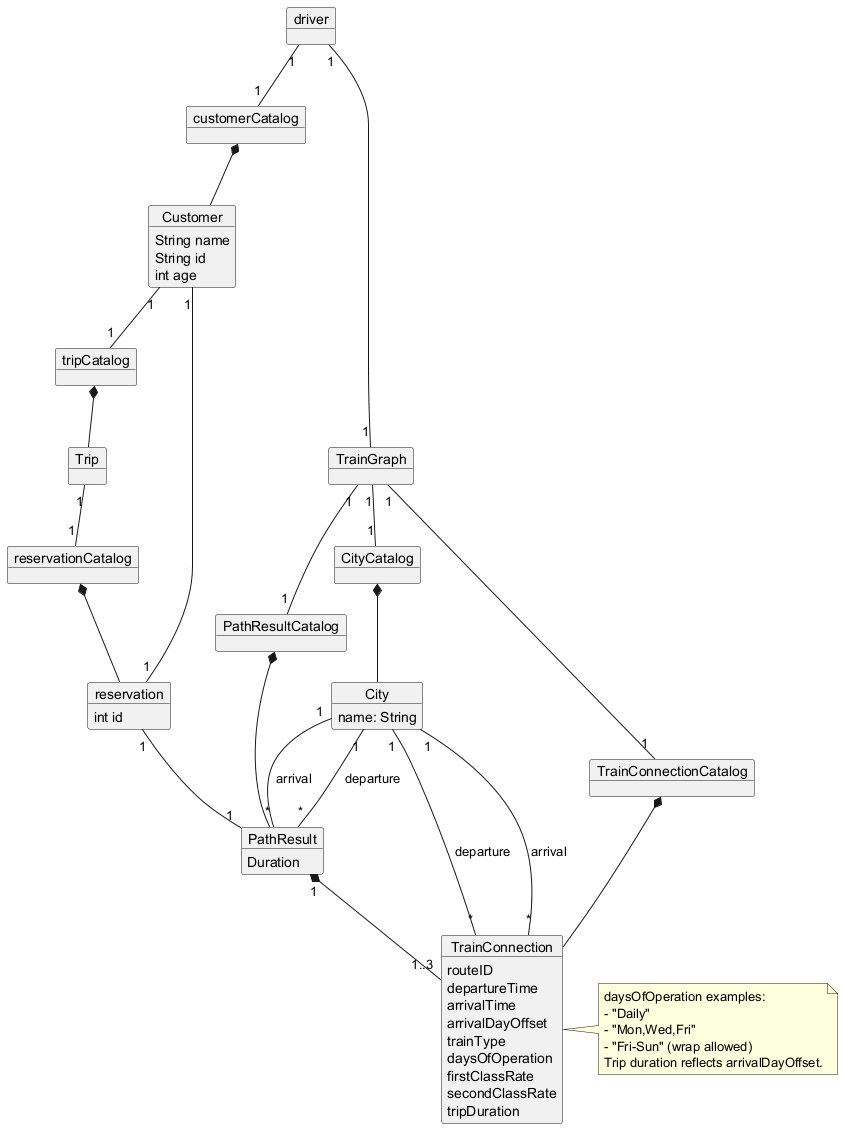
Earlier version of the PlantUML export Iteration_2/docs/images/domain model.png (SamuelVachon/SOEN342).
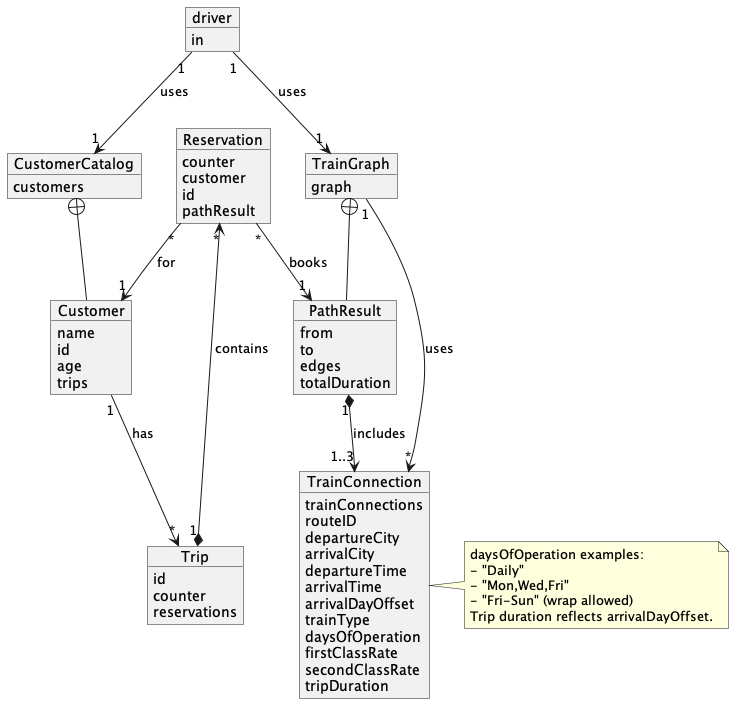
Above is the later version.

Commit message:
fixed domain model and class diagrams for iteration 2 and 3

Diff of the diagram source:
```diff
@@ -1,20 +1,12 @@
 @startuml domain model
 skinparam classAttributeIconSize 0
 
-object City {
-  name: String
-}
-
-object CityCatalog{
-
-}
-
-object TrainConnectionCatalog{
-
-}
 
 object TrainConnection {
+  trainConnections
   routeID
+  departureCity
+  arrivalCity
   departureTime
   arrivalTime
   arrivalDayOffset
@@ -27,68 +19,57 @@
 
 
 object TrainGraph {
-
+  graph
 }
 
-object PathResultCatalog{
 
+object PathResult {
+  from
+  to
+  edges
+  totalDuration
 }
 
-object PathResult {
-  Duration
-}
 
-object customerCatalog{
-
-}
 
 object Customer{
-  String name
-  String id
-  int age
-}
-
-object tripCatalog{
-
+  name
+  id
+  age
+  trips
 }
 
 object Trip{
-
-}
-
-object reservationCatalog{
-
-}
-
-object reservation{
-  int id
+  id
+  counter
+  reservations
 }
 
 object driver{
-
+  in
 }
 
-driver "1" -- "1" TrainGraph
-driver "1" -- "1" customerCatalog
-customerCatalog  *-- Customer
-Customer "1" -- "1" tripCatalog
-tripCatalog *-- Trip
-Trip "1" -- "1" reservationCatalog
-reservationCatalog *-- reservation
-reservation "1" -- "1" Customer
-reservation "1" -- "1" PathResult
+object CustomerCatalog{
+  customers
+}
 
-PathResultCatalog *-- PathResult
-TrainConnectionCatalog *-- TrainConnection
-CityCatalog *-- City
-City "1" -- "*" TrainConnection : departure
-City "1" -- "*" TrainConnection : arrival
-City "1" -- "*" PathResult : departure
-City "1" -- "*" PathResult : arrival
-TrainGraph "1" --  "1" TrainConnectionCatalog
-TrainGraph "1" --  "1" PathResultCatalog
-TrainGraph "1" --  "1" CityCatalog
-PathResult "1" *-- "1..3" TrainConnection
+object Reservation{
+  counter
+  customer
+  id
+  pathResult
+}
+
+driver "1" --> "1" TrainGraph : uses
+driver "1" --> "1" CustomerCatalog : uses
+CustomerCatalog +-- Customer
+Customer "1" --> "*" Trip : has
+Trip "1" *--> "*" Reservation : contains
+Reservation "*" --> "1" Customer : for
+Reservation "*" --> "1" PathResult : books
+TrainGraph +-- PathResult
+TrainGraph "1" --> "*" TrainConnection : uses
+PathResult "1" *--> "1..3" TrainConnection : includes
 
 
 note right of TrainConnection
@@ -98,4 +79,5 @@
 - "Fri-Sun" (wrap allowed)
 Trip duration reflects arrivalDayOffset.
 end note
+
 @enduml
```
